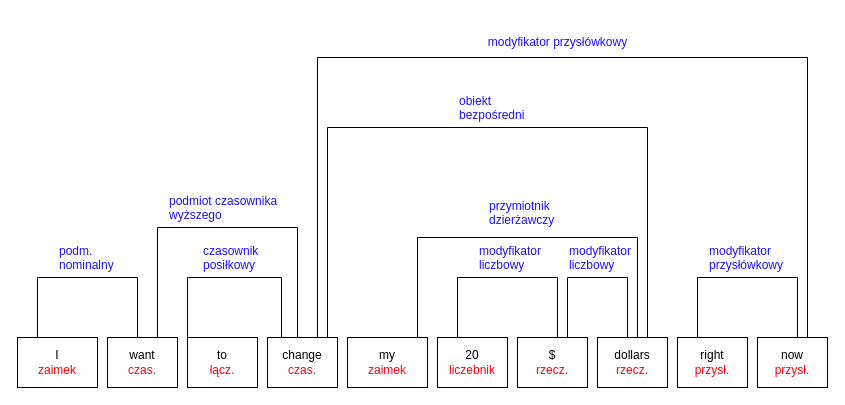
This is Diagram bez tytułu.drawio from JayBroe/AI-Tutorial, a draw.io file, before an edit. Source tidied: cells renumbered, new cells numbered last; positions are measured from the earlier drawing's top-left corner, leaving out a move shared by most shapes. Both pictures are drawn from the tidied source at 100%, with x=0, y=0 at pixel (17, 27).
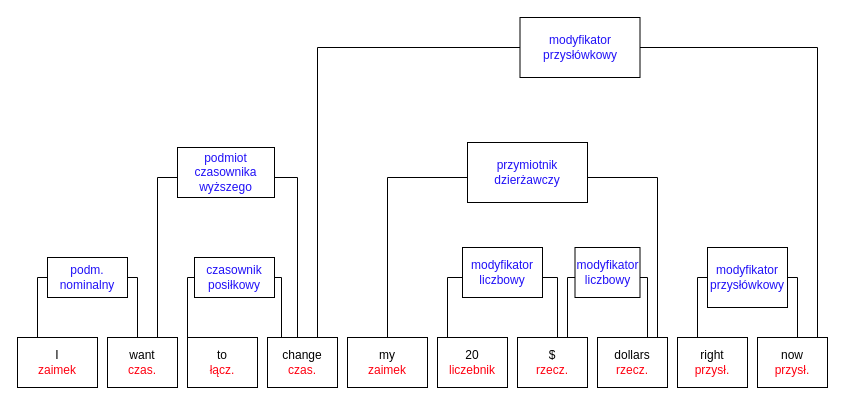
After the change.

Change to the diagram source:
```diff
@@
-    <mxCell id="12" style="shape=partialRectangle;whiteSpace=wrap;html=1;bottom=1;right=1;left=1;top=0;fillColor=none;routingCenterX=-0.5;rotation=-180;" parent="1" vertex="1">
-      <mxGeometry x="400" y="210" width="220" height="100" as="geometry" />
-    </mxCell>
     <mxCell id="13" style="shape=partialRectangle;whiteSpace=wrap;html=1;bottom=1;right=1;left=1;top=0;fillColor=none;routingCenterX=-0.5;rotation=-180;" parent="1" vertex="1">
-      <mxGeometry x="140" y="200" width="140" height="110" as="geometry" />
+      <mxGeometry x="140" y="150" width="140" height="160" as="geometry" />
     </mxCell>
@@
-    <mxCell id="15" style="shape=partialRectangle;whiteSpace=wrap;html=1;bottom=1;right=1;left=1;top=0;fillColor=none;routingCenterX=-0.5;rotation=-180;" parent="1" vertex="1">
-      <mxGeometry x="300" y="30" width="490" height="280" as="geometry" />
-    </mxCell>
@@
-    <mxCell id="17" style="shape=partialRectangle;whiteSpace=wrap;html=1;bottom=1;right=1;left=1;top=0;fillColor=none;routingCenterX=-0.5;rotation=-180;" parent="1" vertex="1">
-      <mxGeometry x="310" y="100" width="320" height="210" as="geometry" />
-    </mxCell>
     <mxCell id="18" style="shape=partialRectangle;whiteSpace=wrap;html=1;bottom=1;right=1;left=1;top=0;fillColor=none;routingCenterX=-0.5;rotation=-180;" parent="1" vertex="1">
-      <mxGeometry x="440" y="250" width="100" height="60" as="geometry" />
+      <mxGeometry x="430" y="250" width="110" height="60" as="geometry" />
     </mxCell>
     <mxCell id="19" style="shape=partialRectangle;whiteSpace=wrap;html=1;bottom=1;right=1;left=1;top=0;fillColor=none;routingCenterX=-0.5;rotation=-180;" parent="1" vertex="1">
-      <mxGeometry x="550" y="250" width="60" height="60" as="geometry" />
+      <mxGeometry x="550" y="250" width="80" height="60" as="geometry" />
     </mxCell>
@@
-    <mxCell id="21" value="&lt;font color=&quot;#2111f7&quot;&gt;modyfikator przysłówkowy&lt;br&gt;&lt;/font&gt;" style="text;html=1;align=center;verticalAlign=middle;strokeColor=none;fillColor=none;" parent="1" vertex="1">
-      <mxGeometry x="460" width="160" height="30" as="geometry" />
-    </mxCell>
-    <mxCell id="22" value="&lt;font color=&quot;#2111f7&quot;&gt;obiekt bezpośredni&lt;br&gt;&lt;/font&gt;" style="text;whiteSpace=wrap;html=1;" parent="1" vertex="1">
-      <mxGeometry x="440" y="60" width="80" height="40" as="geometry" />
-    </mxCell>
-    <mxCell id="23" value="&lt;font color=&quot;#2111f7&quot;&gt;modyfikator liczbowy&lt;br&gt;&lt;/font&gt;" style="text;whiteSpace=wrap;html=1;" parent="1" vertex="1">
-      <mxGeometry x="550" y="210" width="90" height="40" as="geometry" />
-    </mxCell>
+    <mxCell id="26" value="&lt;font color=&quot;#2111f7&quot;&gt;podm. nominalny&lt;br&gt;&lt;/font&gt;" style="rounded=0;whiteSpace=wrap;html=1;" parent="1" vertex="1">
+      <mxGeometry x="30" y="230" width="80" height="40" as="geometry" />
+    </mxCell>
+    <mxCell id="25" value="&lt;font color=&quot;#2111f7&quot;&gt;podmiot czasownika wyższego&lt;br&gt;&lt;/font&gt;" style="rounded=0;whiteSpace=wrap;html=1;" parent="1" vertex="1">
+      <mxGeometry x="160" y="120" width="97" height="50" as="geometry" />
+    </mxCell>
+    <mxCell id="27" value="&lt;font color=&quot;#2111f7&quot;&gt;czasownik posiłkowy&lt;/font&gt;" style="rounded=0;whiteSpace=wrap;html=1;" parent="1" vertex="1">
+      <mxGeometry x="177" y="230" width="80" height="40" as="geometry" />
+    </mxCell>
+    <mxCell id="30" value="&lt;font color=&quot;#2111f7&quot;&gt;modyfikator przysłówkowy&lt;br&gt;&lt;/font&gt;" style="rounded=0;whiteSpace=wrap;html=1;" parent="1" vertex="1">
+      <mxGeometry x="690" y="220" width="80" height="60" as="geometry" />
+    </mxCell>
+    <mxCell id="31" value="&lt;font color=&quot;#2111f7&quot;&gt;modyfikator liczbowy&lt;br&gt;&lt;/font&gt;" style="rounded=0;whiteSpace=wrap;html=1;" parent="1" vertex="1">
+      <mxGeometry x="445" y="220" width="80" height="50" as="geometry" />
+    </mxCell>
+    <mxCell id="32" value="&lt;font color=&quot;#2111f7&quot;&gt;modyfikator liczbowy&lt;br&gt;&lt;/font&gt;" style="rounded=0;whiteSpace=wrap;html=1;" parent="1" vertex="1">
+      <mxGeometry x="557.5" y="220" width="65" height="50" as="geometry" />
+    </mxCell>
+    <mxCell id="33" style="shape=partialRectangle;whiteSpace=wrap;html=1;bottom=1;right=1;left=1;top=0;fillColor=none;routingCenterX=-0.5;rotation=-180;" parent="1" vertex="1">
+      <mxGeometry x="370" y="150" width="270" height="160" as="geometry" />
+    </mxCell>
-    <mxCell id="24" value="&lt;font color=&quot;#2111f7&quot;&gt;przymiotnik dzierżawczy&lt;br&gt;&lt;/font&gt;" style="text;whiteSpace=wrap;html=1;" parent="1" vertex="1">
-      <mxGeometry x="470" y="165" width="80" height="70" as="geometry" />
+    <mxCell id="24" value="&lt;font color=&quot;#2111f7&quot;&gt;przymiotnik dzierżawczy&lt;/font&gt;" style="rounded=0;whiteSpace=wrap;html=1;" parent="1" vertex="1">
+      <mxGeometry x="450" y="115" width="120" height="60" as="geometry" />
     </mxCell>
-    <mxCell id="25" value="&lt;font color=&quot;#2111f7&quot;&gt;podmiot czasownika wyższego&lt;br&gt;&lt;/font&gt;" style="text;whiteSpace=wrap;html=1;" parent="1" vertex="1">
-      <mxGeometry x="150" y="160" width="140" height="80" as="geometry" />
-    </mxCell>
-    <mxCell id="26" value="&lt;font color=&quot;#2111f7&quot;&gt;podm. nominalny&lt;br&gt;&lt;/font&gt;" style="text;whiteSpace=wrap;html=1;" parent="1" vertex="1">
-      <mxGeometry x="40" y="210" width="60" height="40" as="geometry" />
-    </mxCell>
-    <mxCell id="27" value="&lt;font color=&quot;#2111f7&quot;&gt;czasownik posiłkowy&lt;br&gt;&lt;/font&gt;" style="text;whiteSpace=wrap;html=1;" parent="1" vertex="1">
-      <mxGeometry x="184" y="210" width="80" height="40" as="geometry" />
-    </mxCell>
-    <mxCell id="28" value="&lt;font color=&quot;#2111f7&quot;&gt;modyfikator przysłówkowy&lt;br&gt;&lt;/font&gt;" style="text;whiteSpace=wrap;html=1;" parent="1" vertex="1">
-      <mxGeometry x="690" y="210" width="80" height="40" as="geometry" />
-    </mxCell>
-    <mxCell id="29" value="&lt;font color=&quot;#2111f7&quot;&gt;modyfikator liczbowy&lt;br&gt;&lt;/font&gt;" style="text;whiteSpace=wrap;html=1;" parent="1" vertex="1">
-      <mxGeometry x="460" y="210" width="90" height="40" as="geometry" />
-    </mxCell>
+    <mxCell id="34" style="shape=partialRectangle;whiteSpace=wrap;html=1;bottom=1;right=1;left=1;top=0;fillColor=none;routingCenterX=-0.5;rotation=-180;" parent="1" vertex="1">
+      <mxGeometry x="300" y="20" width="500" height="290" as="geometry" />
+    </mxCell>
+    <mxCell id="35" value="&lt;font color=&quot;#2111f7&quot;&gt;modyfikator przysłówkowy&lt;br&gt;&lt;/font&gt;" style="rounded=0;whiteSpace=wrap;html=1;" parent="1" vertex="1">
+      <mxGeometry x="502.5" y="-10" width="120" height="60" as="geometry" />
+    </mxCell>
```
